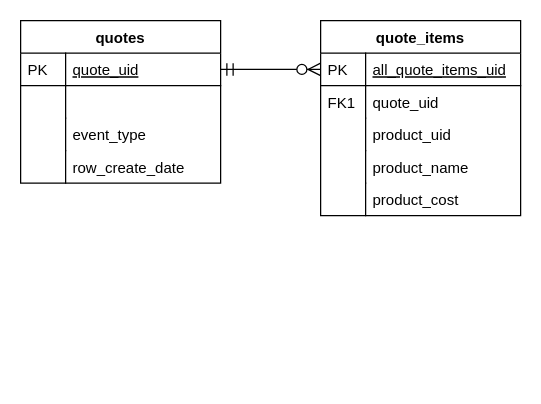
The draw.io diagram local_setup/diagrams/quote_stream_erd.drawio in fggreeff/quote-event-stream, before the edit. Source tidied: cells renumbered, new cells numbered last; positions are measured from the earlier drawing's top-left corner, leaving out a move shared by most shapes. Both pictures are drawn from the tidied source at 125%, with x=0, y=0 at pixel (20, 20).
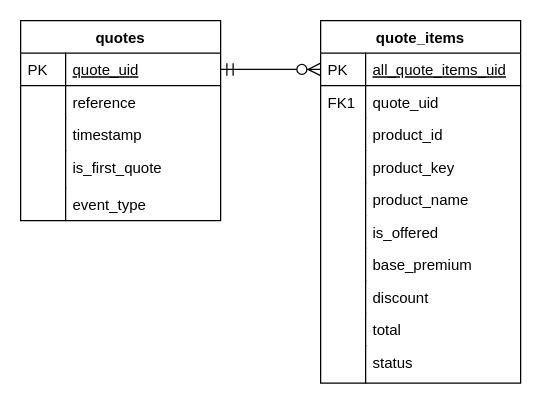
After the change.

Diff of the diagram source:
```diff
@@
     <mxCell id="2" value="quotes" style="swimlane;fontStyle=1;horizontal=1;startSize=26;rounded=0;shadow=0;strokeWidth=1;" parent="1" vertex="1">
-      <mxGeometry width="160" height="130" as="geometry" />
+      <mxGeometry width="160" height="160" as="geometry" />
     </mxCell>
@@
-    <mxCell id="5" style="shape=partialRectangle;top=0;left=0;right=0;bottom=0;align=left;verticalAlign=top;fillColor=none;spacingLeft=40;spacingRight=4;overflow=hidden;rounded=0;shadow=0;strokeWidth=1;" parent="2" vertex="1">
+    <mxCell id="5" value="reference" style="shape=partialRectangle;top=0;left=0;right=0;bottom=0;align=left;verticalAlign=top;fillColor=none;spacingLeft=40;spacingRight=4;overflow=hidden;rounded=0;shadow=0;strokeWidth=1;" parent="2" vertex="1">
       <mxGeometry y="52" width="160" height="26" as="geometry" />
     </mxCell>
@@
-    <mxCell id="7" value="event_type" style="shape=partialRectangle;top=0;left=0;right=0;bottom=0;align=left;verticalAlign=top;fillColor=none;spacingLeft=40;spacingRight=4;overflow=hidden;rounded=0;shadow=0;strokeWidth=1;" parent="2" vertex="1">
+    <mxCell id="7" value="timestamp" style="shape=partialRectangle;top=0;left=0;right=0;bottom=0;align=left;verticalAlign=top;fillColor=none;spacingLeft=40;spacingRight=4;overflow=hidden;rounded=0;shadow=0;strokeWidth=1;" parent="2" vertex="1">
       <mxGeometry y="78" width="160" height="26" as="geometry" />
     </mxCell>
@@
-    <mxCell id="9" value="row_create_date" style="shape=partialRectangle;top=0;left=0;right=0;bottom=0;align=left;verticalAlign=top;fillColor=none;spacingLeft=40;spacingRight=4;overflow=hidden;rounded=0;shadow=0;strokeWidth=1;" parent="2" vertex="1">
-      <mxGeometry y="104" width="160" height="26" as="geometry" />
+    <mxCell id="9" value="is_first_quote" style="shape=partialRectangle;top=0;left=0;right=0;bottom=0;align=left;verticalAlign=top;fillColor=none;spacingLeft=40;spacingRight=4;overflow=hidden;rounded=0;shadow=0;strokeWidth=1;" parent="2" vertex="1">
+      <mxGeometry y="104" width="160" height="30" as="geometry" />
     </mxCell>
     <mxCell id="10" style="shape=partialRectangle;top=0;left=0;bottom=0;fillColor=none;align=left;verticalAlign=top;spacingLeft=4;spacingRight=4;overflow=hidden;" parent="9" vertex="1">
-      <mxGeometry width="36" height="26" as="geometry" />
+      <mxGeometry width="36" height="30" as="geometry" />
     </mxCell>
+    <mxCell id="23" value="event_type" style="shape=partialRectangle;top=0;left=0;right=0;bottom=0;align=left;verticalAlign=top;fillColor=none;spacingLeft=40;spacingRight=4;overflow=hidden;rounded=0;shadow=0;strokeWidth=1;" parent="2" vertex="1">
+      <mxGeometry y="134" width="160" height="26" as="geometry" />
+    </mxCell>
+    <mxCell id="24" style="shape=partialRectangle;top=0;left=0;bottom=0;fillColor=none;align=left;verticalAlign=top;spacingLeft=4;spacingRight=4;overflow=hidden;" parent="23" vertex="1">
+      <mxGeometry width="36" height="26" as="geometry" />
+    </mxCell>
     <mxCell id="11" value="quote_items" style="swimlane;fontStyle=1;horizontal=1;startSize=26;rounded=0;shadow=0;strokeWidth=1;" parent="1" vertex="1">
-      <mxGeometry x="240" width="160" height="156" as="geometry" />
+      <mxGeometry x="240" width="160" height="290" as="geometry" />
     </mxCell>
@@
-    <mxCell id="16" value="product_uid" style="shape=partialRectangle;top=0;left=0;right=0;bottom=0;align=left;verticalAlign=top;fillColor=none;spacingLeft=40;spacingRight=4;overflow=hidden;rounded=0;shadow=0;strokeWidth=1;" parent="11" vertex="1">
+    <mxCell id="16" value="product_id" style="shape=partialRectangle;top=0;left=0;right=0;bottom=0;align=left;verticalAlign=top;fillColor=none;spacingLeft=40;spacingRight=4;overflow=hidden;rounded=0;shadow=0;strokeWidth=1;" parent="11" vertex="1">
       <mxGeometry y="78" width="160" height="26" as="geometry" />
     </mxCell>
@@
-    <mxCell id="18" value="product_name" style="shape=partialRectangle;top=0;left=0;right=0;bottom=0;align=left;verticalAlign=top;fillColor=none;spacingLeft=40;spacingRight=4;overflow=hidden;rounded=0;shadow=0;strokeWidth=1;" parent="11" vertex="1">
+    <mxCell id="18" value="product_key" style="shape=partialRectangle;top=0;left=0;right=0;bottom=0;align=left;verticalAlign=top;fillColor=none;spacingLeft=40;spacingRight=4;overflow=hidden;rounded=0;shadow=0;strokeWidth=1;" parent="11" vertex="1">
       <mxGeometry y="104" width="160" height="26" as="geometry" />
     </mxCell>
@@
-    <mxCell id="20" value="product_cost" style="shape=partialRectangle;top=0;left=0;right=0;bottom=0;align=left;verticalAlign=top;fillColor=none;spacingLeft=40;spacingRight=4;overflow=hidden;rounded=0;shadow=0;strokeWidth=1;" parent="11" vertex="1">
-      <mxGeometry y="130" width="160" height="26" as="geometry" />
-    </mxCell>
-    <mxCell id="21" style="shape=partialRectangle;top=0;left=0;bottom=0;fillColor=none;align=left;verticalAlign=top;spacingLeft=4;spacingRight=4;overflow=hidden;" parent="20" vertex="1">
-      <mxGeometry width="36" height="26" as="geometry" />
-    </mxCell>
@@
+    <mxCell id="25" value="is_offered" style="shape=partialRectangle;top=0;left=0;right=0;bottom=0;align=left;verticalAlign=top;fillColor=none;spacingLeft=40;spacingRight=4;overflow=hidden;rounded=0;shadow=0;strokeWidth=1;" parent="1" vertex="1">
+      <mxGeometry x="240" y="156" width="160" height="26" as="geometry" />
+    </mxCell>
+    <mxCell id="26" style="shape=partialRectangle;top=0;left=0;bottom=0;fillColor=none;align=left;verticalAlign=top;spacingLeft=4;spacingRight=4;overflow=hidden;" parent="25" vertex="1">
+      <mxGeometry width="36" height="26" as="geometry" />
+    </mxCell>
+    <mxCell id="27" value="base_premium" style="shape=partialRectangle;top=0;left=0;right=0;bottom=0;align=left;verticalAlign=top;fillColor=none;spacingLeft=40;spacingRight=4;overflow=hidden;rounded=0;shadow=0;strokeWidth=1;" parent="1" vertex="1">
+      <mxGeometry x="240" y="182" width="160" height="26" as="geometry" />
+    </mxCell>
+    <mxCell id="28" style="shape=partialRectangle;top=0;left=0;bottom=0;fillColor=none;align=left;verticalAlign=top;spacingLeft=4;spacingRight=4;overflow=hidden;" parent="27" vertex="1">
+      <mxGeometry width="36" height="26" as="geometry" />
+    </mxCell>
+    <mxCell id="29" value="discount" style="shape=partialRectangle;top=0;left=0;right=0;bottom=0;align=left;verticalAlign=top;fillColor=none;spacingLeft=40;spacingRight=4;overflow=hidden;rounded=0;shadow=0;strokeWidth=1;" parent="1" vertex="1">
+      <mxGeometry x="240" y="208" width="160" height="26" as="geometry" />
+    </mxCell>
+    <mxCell id="30" style="shape=partialRectangle;top=0;left=0;bottom=0;fillColor=none;align=left;verticalAlign=top;spacingLeft=4;spacingRight=4;overflow=hidden;" parent="29" vertex="1">
+      <mxGeometry width="36" height="26" as="geometry" />
+    </mxCell>
+    <mxCell id="31" value="total" style="shape=partialRectangle;top=0;left=0;right=0;bottom=0;align=left;verticalAlign=top;fillColor=none;spacingLeft=40;spacingRight=4;overflow=hidden;rounded=0;shadow=0;strokeWidth=1;" parent="1" vertex="1">
+      <mxGeometry x="240" y="234" width="160" height="26" as="geometry" />
+    </mxCell>
+    <mxCell id="32" style="shape=partialRectangle;top=0;left=0;bottom=0;fillColor=none;align=left;verticalAlign=top;spacingLeft=4;spacingRight=4;overflow=hidden;" parent="31" vertex="1">
+      <mxGeometry width="36" height="26" as="geometry" />
+    </mxCell>
+    <mxCell id="33" value="status" style="shape=partialRectangle;top=0;left=0;right=0;bottom=0;align=left;verticalAlign=top;fillColor=none;spacingLeft=40;spacingRight=4;overflow=hidden;rounded=0;shadow=0;strokeWidth=1;" parent="1" vertex="1">
+      <mxGeometry x="240" y="260" width="160" height="30" as="geometry" />
+    </mxCell>
+    <mxCell id="34" style="shape=partialRectangle;top=0;left=0;bottom=0;fillColor=none;align=left;verticalAlign=top;spacingLeft=4;spacingRight=4;overflow=hidden;" parent="33" vertex="1">
+      <mxGeometry width="36" height="30" as="geometry" />
+    </mxCell>
+    <mxCell id="35" value="product_name" style="shape=partialRectangle;top=0;left=0;right=0;bottom=0;align=left;verticalAlign=top;fillColor=none;spacingLeft=40;spacingRight=4;overflow=hidden;rounded=0;shadow=0;strokeWidth=1;" parent="1" vertex="1">
+      <mxGeometry x="240" y="130" width="160" height="26" as="geometry" />
+    </mxCell>
+    <mxCell id="36" style="shape=partialRectangle;top=0;left=0;bottom=0;fillColor=none;align=left;verticalAlign=top;spacingLeft=4;spacingRight=4;overflow=hidden;" parent="35" vertex="1">
+      <mxGeometry width="36" height="26" as="geometry" />
+    </mxCell>
```
